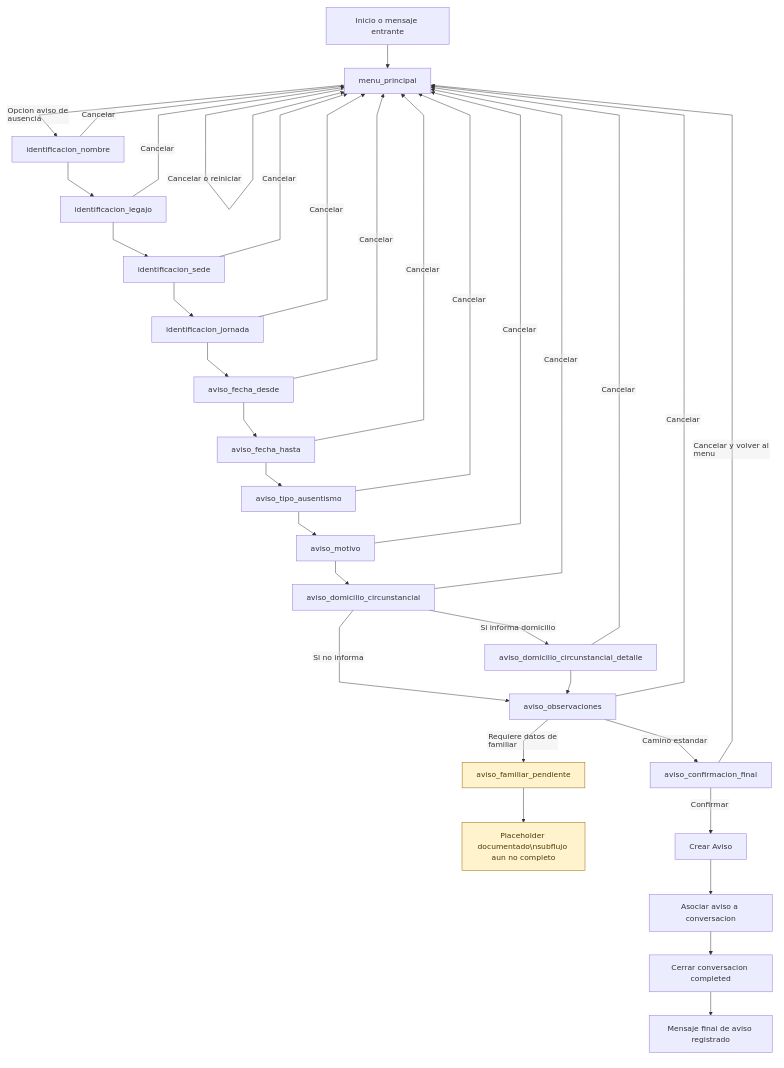
Earlier version of the Mermaid export docs/diagrams/rendered/flows/aviso-ausencia.png (martin-garay/unlu_medicina_laboral). Its source is kept beside it as docs/diagrams/flows/aviso-ausencia.mmd.
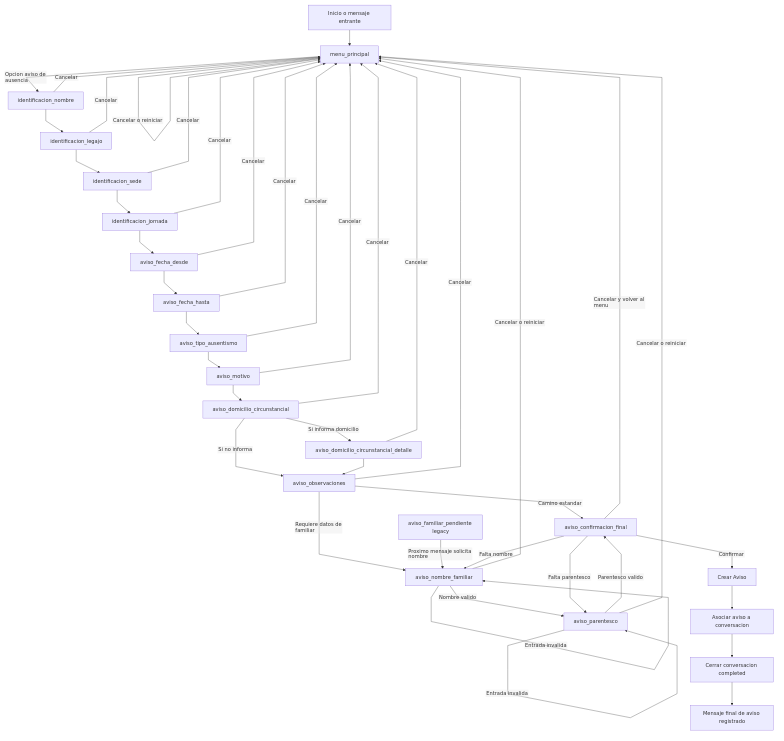
After the change.

The edit, as a diff of the source:
```diff
@@ -14,8 +14,16 @@
     K -->|Si no informa| M[aviso_observaciones]
     L --> M
     M -->|Camino estandar| N[aviso_confirmacion_final]
-    M -->|Requiere datos de familiar| P[aviso_familiar_pendiente]
-    P --> X[Placeholder documentado\nsubflujo aun no completo]
+    M -->|Requiere datos de familiar| P[aviso_nombre_familiar]
+    V[aviso_familiar_pendiente legacy] -->|Proximo mensaje solicita nombre| P
+    P -->|Nombre valido| X[aviso_parentesco]
+    P -->|Entrada invalida| P
+    X -->|Entrada invalida| X
+    X -->|Parentesco valido| N
+    P -->|Cancelar o reiniciar| B
+    X -->|Cancelar o reiniciar| B
+    N -->|Falta nombre| P
+    N -->|Falta parentesco| X
     N -->|Confirmar| O[Crear Aviso]
     O --> Q[Asociar aviso a conversacion]
     Q --> R[Cerrar conversacion completed]
@@ -32,6 +40,3 @@
     K -->|Cancelar| B
     L -->|Cancelar| B
     M -->|Cancelar| B
-
-    classDef future fill:#fff3cd,stroke:#946200,color:#4a3a00;
-    class P,X future;
```
